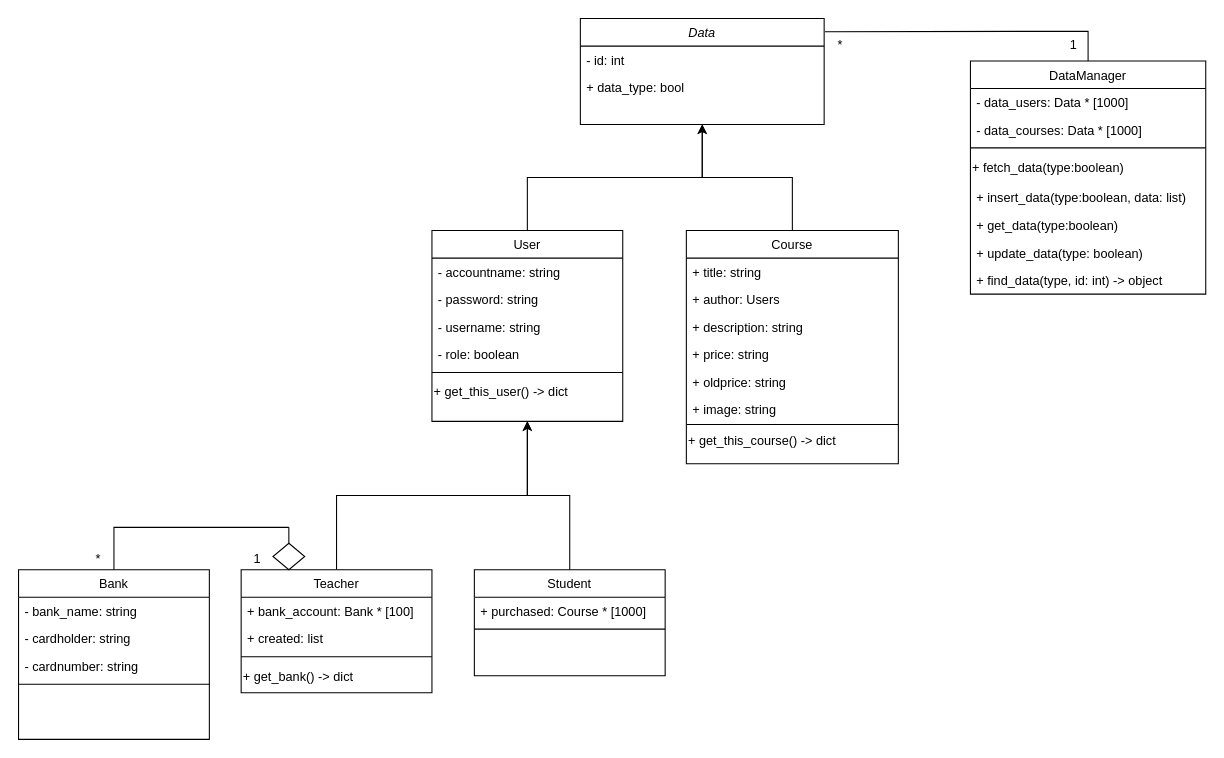
This is report/uml.drawio from SharkTien/Tengee, a draw.io file, before an edit. Source tidied: cells renumbered, new cells numbered last; positions are measured from the earlier drawing's top-left corner, leaving out a move shared by most shapes. Both pictures are drawn from the tidied source at 106%, with x=0, y=0 at pixel (18, 18).
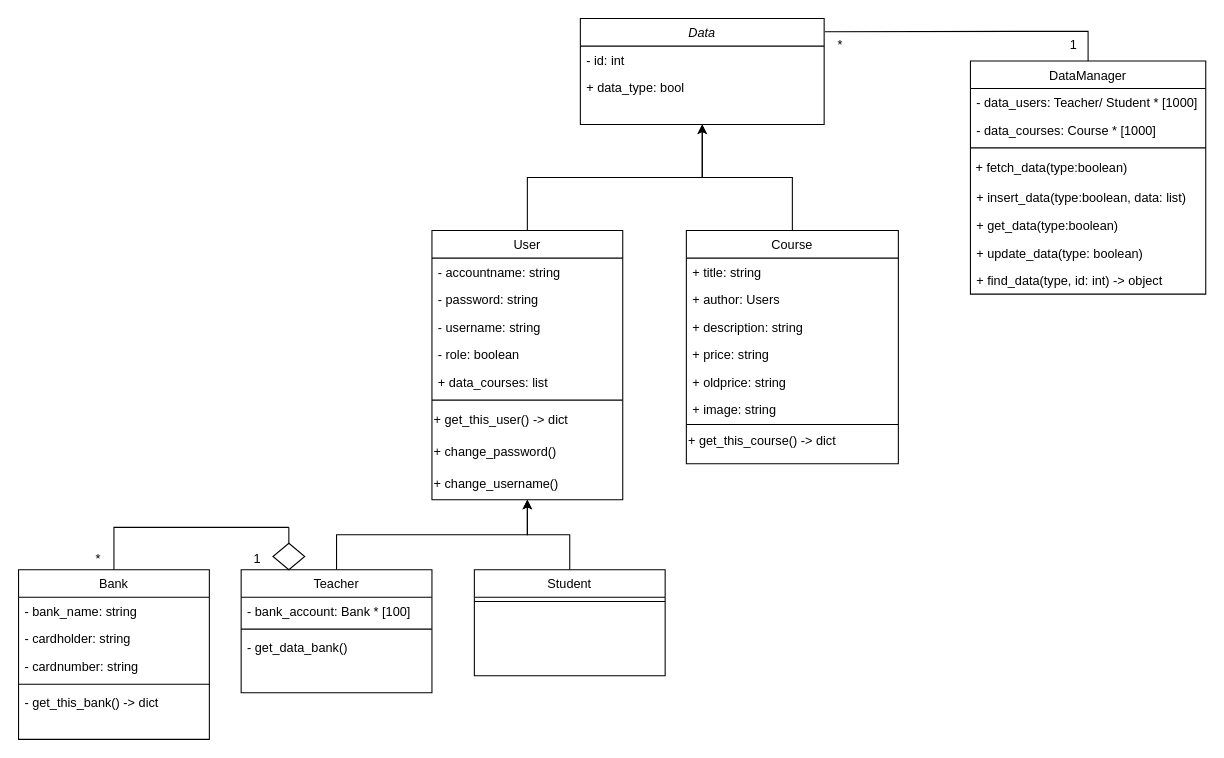
After the change.

Unchanged cells that the change refers to:
```xml
<mxCell id="15" value="DataManager" style="swimlane;fontStyle=0;align=center;verticalAlign=top;horizontal=1;startSize=26;rounded=0;shadow=0;strokeWidth=1;" parent="1" vertex="1">
  <mxGeometry x="898" y="40" width="222" height="220" as="geometry" />
</mxCell>
<mxCell id="33" value="Teacher" style="swimlane;fontStyle=0;align=center;verticalAlign=top;horizontal=1;startSize=26;rounded=0;shadow=0;strokeWidth=1;" parent="1" vertex="1">
  <mxGeometry x="210" y="520" width="180" height="116" as="geometry" />
</mxCell>
<mxCell id="39" value="Student" style="swimlane;fontStyle=0;align=center;verticalAlign=top;horizontal=1;startSize=26;rounded=0;shadow=0;strokeWidth=1;" parent="1" vertex="1">
  <mxGeometry x="430" y="520" width="180" height="100" as="geometry" />
</mxCell>
<mxCell id="42" value="Bank" style="swimlane;fontStyle=0;align=center;verticalAlign=top;horizontal=1;startSize=26;rounded=0;shadow=0;strokeWidth=1;" parent="1" vertex="1">
  <mxGeometry y="520" width="180" height="160" as="geometry" />
</mxCell>
```

The edit, as a diff of the source:
```diff
@@
-    <mxCell id="16" value="- data_users: Data * [1000] " style="text;align=left;verticalAlign=top;spacingLeft=4;spacingRight=4;overflow=hidden;" parent="15" vertex="1">
+    <mxCell id="16" value="- data_users: Teacher/ Student * [1000] " style="text;align=left;verticalAlign=top;spacingLeft=4;spacingRight=4;overflow=hidden;" parent="15" vertex="1">
       <mxGeometry y="26" width="222" height="26" as="geometry" />
     </mxCell>
-    <mxCell id="17" value="- data_courses: Data * [1000] " style="text;align=left;verticalAlign=top;spacingLeft=4;spacingRight=4;overflow=hidden;" parent="15" vertex="1">
+    <mxCell id="17" value="- data_courses: Course * [1000] " style="text;align=left;verticalAlign=top;spacingLeft=4;spacingRight=4;overflow=hidden;" parent="15" vertex="1">
       <mxGeometry y="52" width="222" height="26" as="geometry" />
     </mxCell>
@@
-    <mxCell id="19" value="+ fetch_data(type:boolean)" style="text;html=1;align=left;verticalAlign=middle;strokeColor=none;fillColor=none;" parent="15" vertex="1">
+    <mxCell id="19" value="&amp;nbsp;+ fetch_data(type:boolean)" style="text;html=1;align=left;verticalAlign=middle;strokeColor=none;fillColor=none;" parent="15" vertex="1">
       <mxGeometry y="86" width="222" height="30" as="geometry" />
     </mxCell>
@@
     <mxCell id="25" value="User" style="swimlane;fontStyle=0;align=center;verticalAlign=top;horizontal=1;startSize=26;rounded=0;shadow=0;strokeWidth=1;" parent="1" vertex="1">
-      <mxGeometry x="390" y="200" width="180" height="180" as="geometry" />
+      <mxGeometry x="390" y="200" width="180" height="254" as="geometry" />
     </mxCell>
@@
+    <mxCell id="40" value="+ data_courses: list" style="text;align=left;verticalAlign=top;spacingLeft=4;spacingRight=4;overflow=hidden;rounded=0;shadow=0;html=0;" parent="25" vertex="1">
+      <mxGeometry y="130" width="180" height="26" as="geometry" />
+    </mxCell>
     <mxCell id="30" style="line;html=1;strokeWidth=1;align=left;verticalAlign=middle;spacingTop=-1;spacingLeft=3;spacingRight=3;labelPosition=right;" parent="25" vertex="1">
-      <mxGeometry y="130" width="180" height="8" as="geometry" />
+      <mxGeometry y="156" width="180" height="8" as="geometry" />
     </mxCell>
     <mxCell id="31" value="+ get_this_user() -&amp;gt; dict" style="text;html=1;align=left;verticalAlign=middle;strokeColor=none;fillColor=none;" parent="25" vertex="1">
-      <mxGeometry y="138" width="180" height="30" as="geometry" />
+      <mxGeometry y="164" width="180" height="30" as="geometry" />
     </mxCell>
+    <mxCell id="55" value="+ change_password()" style="text;html=1;align=left;verticalAlign=middle;strokeColor=none;fillColor=none;" parent="25" vertex="1">
+      <mxGeometry y="194" width="180" height="30" as="geometry" />
+    </mxCell>
+    <mxCell id="56" value="+ change_username()" style="text;html=1;align=left;verticalAlign=middle;strokeColor=none;fillColor=none;" parent="25" vertex="1">
+      <mxGeometry y="224" width="180" height="30" as="geometry" />
+    </mxCell>
@@
-    <mxCell id="34" value="+ bank_account: Bank * [100]" style="text;align=left;verticalAlign=top;spacingLeft=4;spacingRight=4;overflow=hidden;rounded=0;shadow=0;html=0;" parent="33" vertex="1">
+    <mxCell id="34" value="- bank_account: Bank * [100]" style="text;align=left;verticalAlign=top;spacingLeft=4;spacingRight=4;overflow=hidden;rounded=0;shadow=0;html=0;" parent="33" vertex="1">
       <mxGeometry y="26" width="180" height="26" as="geometry" />
     </mxCell>
-    <mxCell id="35" value="+ created: list" style="text;align=left;verticalAlign=top;spacingLeft=4;spacingRight=4;overflow=hidden;rounded=0;shadow=0;html=0;" parent="33" vertex="1">
-      <mxGeometry y="52" width="180" height="26" as="geometry" />
-    </mxCell>
     <mxCell id="36" style="line;html=1;strokeWidth=1;align=left;verticalAlign=middle;spacingTop=-1;spacingLeft=3;spacingRight=3;labelPosition=right;" parent="33" vertex="1">
-      <mxGeometry y="78" width="180" height="8" as="geometry" />
+      <mxGeometry y="52" width="180" height="8" as="geometry" />
     </mxCell>
-    <mxCell id="37" value="+ get_bank() -&amp;gt; dict" style="text;html=1;align=left;verticalAlign=middle;strokeColor=none;fillColor=none;" parent="33" vertex="1">
-      <mxGeometry y="86" width="180" height="30" as="geometry" />
-    </mxCell>
+    <mxCell id="57" value="- get_data_bank()" style="text;align=left;verticalAlign=top;spacingLeft=4;spacingRight=4;overflow=hidden;rounded=0;shadow=0;html=0;" parent="33" vertex="1">
+      <mxGeometry y="60" width="180" height="26" as="geometry" />
+    </mxCell>
@@
-    <mxCell id="40" value="+ purchased: Course * [1000]" style="text;align=left;verticalAlign=top;spacingLeft=4;spacingRight=4;overflow=hidden;rounded=0;shadow=0;html=0;" parent="39" vertex="1">
-      <mxGeometry y="26" width="180" height="26" as="geometry" />
-    </mxCell>
     <mxCell id="41" style="line;html=1;strokeWidth=1;align=left;verticalAlign=middle;spacingTop=-1;spacingLeft=3;spacingRight=3;labelPosition=right;" parent="39" vertex="1">
-      <mxGeometry y="52" width="180" height="8" as="geometry" />
+      <mxGeometry y="26" width="180" height="8" as="geometry" />
     </mxCell>
@@
+    <mxCell id="58" value="- get_this_bank() -&gt; dict" style="text;align=left;verticalAlign=top;spacingLeft=4;spacingRight=4;overflow=hidden;rounded=0;shadow=0;html=0;" parent="42" vertex="1">
+      <mxGeometry y="112" width="180" height="26" as="geometry" />
+    </mxCell>
```
